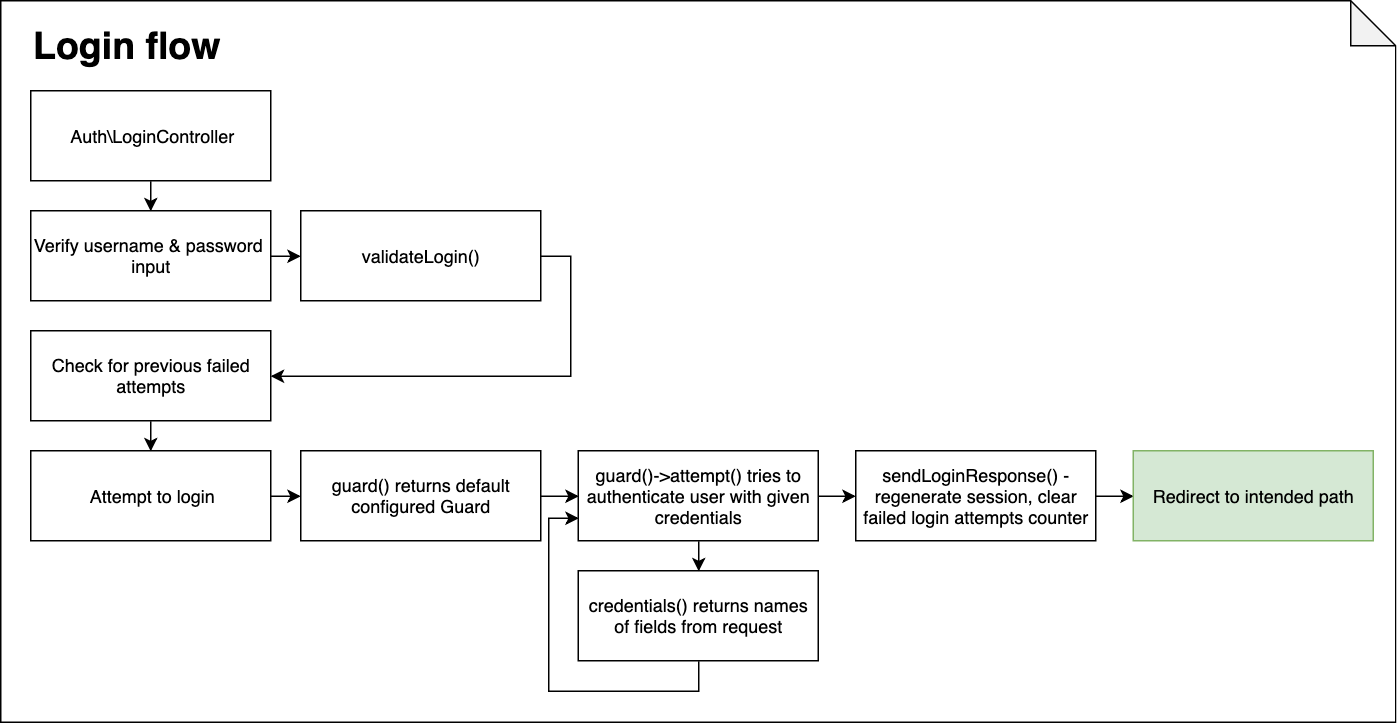
Above: login-flow.png in piotr-jura-udemy/laravel-cheat-sheet (draw.io), before the change. Source tidied: cells renumbered, new cells last; positions are measured from the earlier drawing's top-left corner, leaving out a move shared by most shapes.
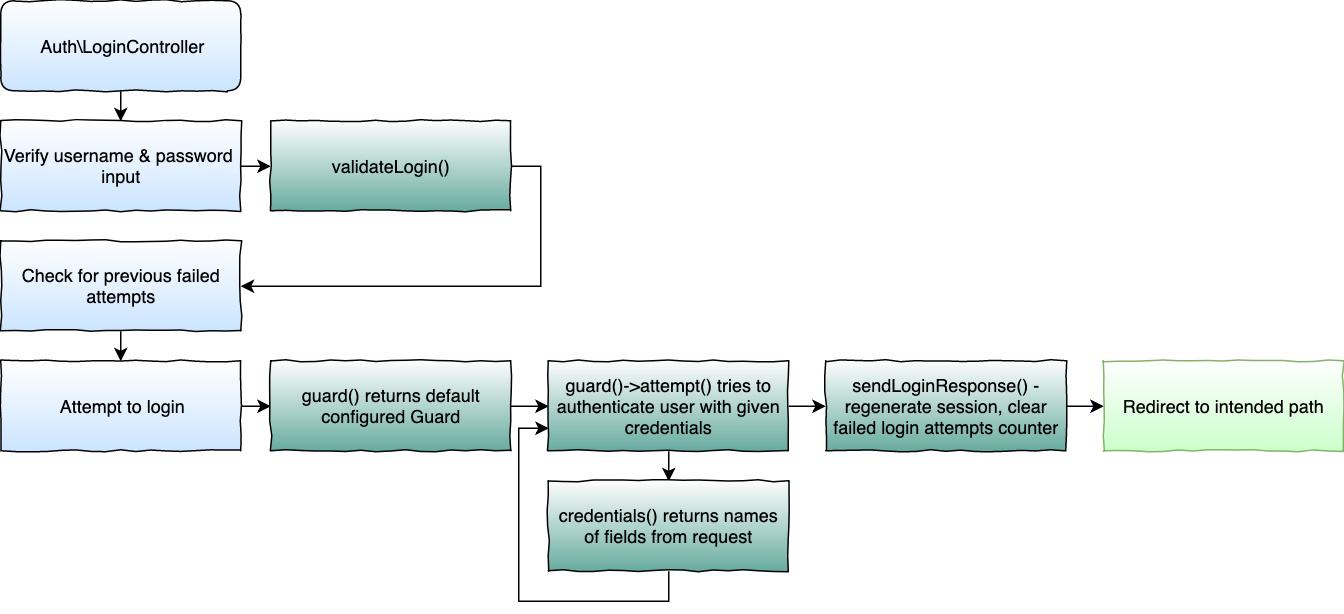
Later version of the same file.

Diff of the diagram source:
```diff
@@ -2,71 +2,65 @@
   <root>
     <mxCell id="0" />
     <mxCell id="1" parent="0" />
-    <mxCell id="2" style="shape=note;whiteSpace=wrap;html=1;backgroundOutline=1;darkOpacity=0.05;labelBackgroundColor=none;fillColor=none;gradientColor=#CCE5FF;fontSize=12;" parent="1" vertex="1">
-      <mxGeometry width="930" height="481" as="geometry" />
+    <mxCell id="2" style="edgeStyle=orthogonalEdgeStyle;rounded=0;jettySize=auto;html=1;exitX=0.5;exitY=1;exitDx=0;exitDy=0;entryX=0.5;entryY=0;entryDx=0;entryDy=0;strokeWidth=1;fontSize=12;" parent="1" edge="1" source="3" target="5">
+      <mxGeometry relative="1" as="geometry" />
     </mxCell>
-    <mxCell id="3" value="Login flow" style="text;html=1;strokeColor=none;fillColor=none;align=left;verticalAlign=middle;whiteSpace=wrap;rounded=0;labelBackgroundColor=none;fontSize=25;fontStyle=1;" parent="1" vertex="1">
-      <mxGeometry x="20" y="20" width="200" height="20" as="geometry" />
+    <mxCell id="3" value="Auth\LoginController" style="rounded=1;whiteSpace=wrap;html=1;labelBackgroundColor=none;fillColor=#ffffff;gradientColor=#CCE5FF;fontSize=12;align=center;shadow=0;glass=1;comic=1;" parent="1" vertex="1">
+      <mxGeometry x="20" y="60" width="160" height="60" as="geometry" />
     </mxCell>
-    <mxCell id="4" style="edgeStyle=orthogonalEdgeStyle;rounded=0;jettySize=auto;html=1;exitX=0.5;exitY=1;exitDx=0;exitDy=0;entryX=0.5;entryY=0;entryDx=0;entryDy=0;strokeWidth=1;fontSize=12;" parent="1" edge="1" source="5" target="7">
+    <mxCell id="4" style="edgeStyle=orthogonalEdgeStyle;rounded=0;jettySize=auto;html=1;exitX=1;exitY=0.5;exitDx=0;exitDy=0;entryX=0;entryY=0.5;entryDx=0;entryDy=0;strokeWidth=1;fontSize=12;" parent="1" edge="1" source="5" target="11">
       <mxGeometry relative="1" as="geometry" />
     </mxCell>
-    <mxCell id="5" value="Auth\LoginController" style="rounded=0;whiteSpace=wrap;html=1;labelBackgroundColor=none;fillColor=none;gradientColor=#CCE5FF;fontSize=12;align=center;" parent="1" vertex="1">
-      <mxGeometry x="20" y="60" width="160" height="60" as="geometry" />
+    <mxCell id="5" value="Verify username &amp;amp; password&amp;nbsp;&lt;br&gt;input&lt;br&gt;" style="rounded=0;whiteSpace=wrap;html=1;labelBackgroundColor=none;fillColor=#ffffff;gradientColor=#CCE5FF;fontSize=12;align=center;comic=1;" parent="1" vertex="1">
+      <mxGeometry x="20" y="140" width="160" height="60" as="geometry" />
     </mxCell>
-    <mxCell id="6" style="edgeStyle=orthogonalEdgeStyle;rounded=0;jettySize=auto;html=1;exitX=1;exitY=0.5;exitDx=0;exitDy=0;entryX=0;entryY=0.5;entryDx=0;entryDy=0;strokeWidth=1;fontSize=12;" parent="1" edge="1" source="7" target="13">
+    <mxCell id="6" style="edgeStyle=orthogonalEdgeStyle;rounded=0;jettySize=auto;html=1;exitX=0.5;exitY=1;exitDx=0;exitDy=0;entryX=0.5;entryY=0;entryDx=0;entryDy=0;strokeWidth=1;fontSize=12;" parent="1" edge="1" source="7" target="9">
       <mxGeometry relative="1" as="geometry" />
     </mxCell>
-    <mxCell id="7" value="Verify username &amp;amp; password&amp;nbsp;&lt;br&gt;input&lt;br&gt;" style="rounded=0;whiteSpace=wrap;html=1;labelBackgroundColor=none;fillColor=none;gradientColor=#CCE5FF;fontSize=12;align=center;" parent="1" vertex="1">
-      <mxGeometry x="20" y="140" width="160" height="60" as="geometry" />
+    <mxCell id="7" value="Check for previous failed attempts&lt;br&gt;" style="rounded=0;whiteSpace=wrap;html=1;labelBackgroundColor=none;fillColor=#ffffff;gradientColor=#CCE5FF;fontSize=12;align=center;comic=1;" parent="1" vertex="1">
+      <mxGeometry x="20" y="220" width="160" height="60" as="geometry" />
     </mxCell>
-    <mxCell id="8" style="edgeStyle=orthogonalEdgeStyle;rounded=0;jettySize=auto;html=1;exitX=0.5;exitY=1;exitDx=0;exitDy=0;entryX=0.5;entryY=0;entryDx=0;entryDy=0;strokeWidth=1;fontSize=12;" parent="1" edge="1" source="9" target="11">
+    <mxCell id="8" style="edgeStyle=orthogonalEdgeStyle;rounded=0;jettySize=auto;html=1;exitX=1;exitY=0.5;exitDx=0;exitDy=0;entryX=0;entryY=0.5;entryDx=0;entryDy=0;strokeWidth=1;fontSize=12;" parent="1" edge="1" source="9" target="13">
       <mxGeometry relative="1" as="geometry" />
     </mxCell>
-    <mxCell id="9" value="Check for previous failed attempts&lt;br&gt;" style="rounded=0;whiteSpace=wrap;html=1;labelBackgroundColor=none;fillColor=none;gradientColor=#CCE5FF;fontSize=12;align=center;" parent="1" vertex="1">
-      <mxGeometry x="20" y="220" width="160" height="60" as="geometry" />
+    <mxCell id="9" value="Attempt to login&lt;br&gt;" style="rounded=0;whiteSpace=wrap;html=1;labelBackgroundColor=none;fillColor=#ffffff;gradientColor=#CCE5FF;fontSize=12;align=center;comic=1;" parent="1" vertex="1">
+      <mxGeometry x="20" y="300" width="160" height="60" as="geometry" />
     </mxCell>
-    <mxCell id="10" style="edgeStyle=orthogonalEdgeStyle;rounded=0;jettySize=auto;html=1;exitX=1;exitY=0.5;exitDx=0;exitDy=0;entryX=0;entryY=0.5;entryDx=0;entryDy=0;strokeWidth=1;fontSize=12;" parent="1" edge="1" source="11" target="15">
+    <mxCell id="10" style="edgeStyle=orthogonalEdgeStyle;rounded=0;jettySize=auto;html=1;exitX=1;exitY=0.5;exitDx=0;exitDy=0;entryX=1;entryY=0.5;entryDx=0;entryDy=0;strokeWidth=1;fontSize=12;" parent="1" edge="1" source="11" target="7">
       <mxGeometry relative="1" as="geometry" />
     </mxCell>
-    <mxCell id="11" value="Attempt to login&lt;br&gt;" style="rounded=0;whiteSpace=wrap;html=1;labelBackgroundColor=none;fillColor=none;gradientColor=#CCE5FF;fontSize=12;align=center;" parent="1" vertex="1">
-      <mxGeometry x="20" y="300" width="160" height="60" as="geometry" />
+    <mxCell id="11" value="&lt;div&gt;&lt;span&gt;validateLogin()&lt;/span&gt;&lt;/div&gt;" style="rounded=0;whiteSpace=wrap;html=1;labelBackgroundColor=none;fillColor=#ffffff;gradientColor=#67AB9F;fontSize=12;align=center;comic=1;" parent="1" vertex="1">
+      <mxGeometry x="200" y="140" width="160" height="60" as="geometry" />
     </mxCell>
-    <mxCell id="12" style="edgeStyle=orthogonalEdgeStyle;rounded=0;jettySize=auto;html=1;exitX=1;exitY=0.5;exitDx=0;exitDy=0;entryX=1;entryY=0.5;entryDx=0;entryDy=0;strokeWidth=1;fontSize=12;" parent="1" edge="1" source="13" target="9">
+    <mxCell id="12" style="edgeStyle=orthogonalEdgeStyle;rounded=0;jettySize=auto;html=1;exitX=1;exitY=0.5;exitDx=0;exitDy=0;entryX=0;entryY=0.5;entryDx=0;entryDy=0;strokeWidth=1;fontSize=12;" parent="1" edge="1" source="13" target="16">
       <mxGeometry relative="1" as="geometry" />
     </mxCell>
-    <mxCell id="13" value="&lt;div&gt;&lt;span&gt;validateLogin()&lt;/span&gt;&lt;/div&gt;" style="rounded=0;whiteSpace=wrap;html=1;labelBackgroundColor=none;fillColor=none;gradientColor=#CCE5FF;fontSize=12;align=center;" parent="1" vertex="1">
-      <mxGeometry x="200" y="140" width="160" height="60" as="geometry" />
+    <mxCell id="13" value="guard() returns default configured Guard" style="rounded=0;whiteSpace=wrap;html=1;labelBackgroundColor=none;fillColor=#ffffff;gradientColor=#67AB9F;fontSize=12;align=center;comic=1;" parent="1" vertex="1">
+      <mxGeometry x="200" y="300" width="160" height="60" as="geometry" />
     </mxCell>
-    <mxCell id="14" style="edgeStyle=orthogonalEdgeStyle;rounded=0;jettySize=auto;html=1;exitX=1;exitY=0.5;exitDx=0;exitDy=0;entryX=0;entryY=0.5;entryDx=0;entryDy=0;strokeWidth=1;fontSize=12;" parent="1" edge="1" source="15" target="18">
+    <mxCell id="14" style="edgeStyle=orthogonalEdgeStyle;rounded=0;jettySize=auto;html=1;exitX=0.5;exitY=1;exitDx=0;exitDy=0;entryX=0.5;entryY=0;entryDx=0;entryDy=0;strokeWidth=1;fontSize=12;" parent="1" edge="1" source="16" target="18">
       <mxGeometry relative="1" as="geometry" />
     </mxCell>
-    <mxCell id="15" value="guard() returns default configured Guard" style="rounded=0;whiteSpace=wrap;html=1;labelBackgroundColor=none;fillColor=none;gradientColor=#CCE5FF;fontSize=12;align=center;" parent="1" vertex="1">
-      <mxGeometry x="200" y="300" width="160" height="60" as="geometry" />
+    <mxCell id="15" style="edgeStyle=orthogonalEdgeStyle;rounded=0;jettySize=auto;html=1;exitX=1;exitY=0.5;exitDx=0;exitDy=0;entryX=0;entryY=0.5;entryDx=0;entryDy=0;strokeWidth=1;fontSize=12;" parent="1" edge="1" source="16" target="20">
+      <mxGeometry relative="1" as="geometry" />
     </mxCell>
-    <mxCell id="16" style="edgeStyle=orthogonalEdgeStyle;rounded=0;jettySize=auto;html=1;exitX=0.5;exitY=1;exitDx=0;exitDy=0;entryX=0.5;entryY=0;entryDx=0;entryDy=0;strokeWidth=1;fontSize=12;" parent="1" edge="1" source="18" target="20">
-      <mxGeometry relative="1" as="geometry" />
+    <mxCell id="16" value="guard()-&amp;gt;attempt() tries to authenticate user with given credentials" style="rounded=0;whiteSpace=wrap;html=1;labelBackgroundColor=none;fillColor=#ffffff;gradientColor=#67AB9F;fontSize=12;align=center;comic=1;" parent="1" vertex="1">
+      <mxGeometry x="385" y="300" width="160" height="60" as="geometry" />
     </mxCell>
-    <mxCell id="17" style="edgeStyle=orthogonalEdgeStyle;rounded=0;jettySize=auto;html=1;exitX=1;exitY=0.5;exitDx=0;exitDy=0;entryX=0;entryY=0.5;entryDx=0;entryDy=0;strokeWidth=1;fontSize=12;" parent="1" edge="1" source="18" target="22">
+    <mxCell id="17" style="edgeStyle=orthogonalEdgeStyle;rounded=0;jettySize=auto;html=1;exitX=0.5;exitY=1;exitDx=0;exitDy=0;entryX=0;entryY=0.75;entryDx=0;entryDy=0;strokeWidth=1;fontSize=12;" parent="1" edge="1" source="18" target="16">
       <mxGeometry relative="1" as="geometry" />
     </mxCell>
-    <mxCell id="18" value="guard()-&amp;gt;attempt() tries to authenticate user with given credentials" style="rounded=0;whiteSpace=wrap;html=1;labelBackgroundColor=none;fillColor=none;gradientColor=#CCE5FF;fontSize=12;align=center;" parent="1" vertex="1">
-      <mxGeometry x="385" y="300" width="160" height="60" as="geometry" />
+    <mxCell id="18" value="credentials() returns names of fields from request" style="rounded=0;whiteSpace=wrap;html=1;labelBackgroundColor=none;fillColor=#ffffff;gradientColor=#67AB9F;fontSize=12;align=center;comic=1;" parent="1" vertex="1">
+      <mxGeometry x="385" y="380" width="160" height="60" as="geometry" />
     </mxCell>
-    <mxCell id="19" style="edgeStyle=orthogonalEdgeStyle;rounded=0;jettySize=auto;html=1;exitX=0.5;exitY=1;exitDx=0;exitDy=0;entryX=0;entryY=0.75;entryDx=0;entryDy=0;strokeWidth=1;fontSize=12;" parent="1" edge="1" source="20" target="18">
+    <mxCell id="19" style="edgeStyle=orthogonalEdgeStyle;rounded=0;jettySize=auto;html=1;exitX=1;exitY=0.5;exitDx=0;exitDy=0;entryX=0;entryY=0.5;entryDx=0;entryDy=0;strokeWidth=1;fontSize=12;" parent="1" edge="1" source="20" target="21">
       <mxGeometry relative="1" as="geometry" />
     </mxCell>
-    <mxCell id="20" value="credentials() returns names of fields from request" style="rounded=0;whiteSpace=wrap;html=1;labelBackgroundColor=none;fillColor=none;gradientColor=#CCE5FF;fontSize=12;align=center;" parent="1" vertex="1">
-      <mxGeometry x="385" y="380" width="160" height="60" as="geometry" />
+    <mxCell id="20" value="sendLoginResponse() - regenerate session, clear failed login attempts counter" style="rounded=0;whiteSpace=wrap;html=1;labelBackgroundColor=none;fillColor=#ffffff;gradientColor=#67AB9F;fontSize=12;align=center;comic=1;" parent="1" vertex="1">
+      <mxGeometry x="570" y="300" width="160" height="60" as="geometry" />
     </mxCell>
-    <mxCell id="21" style="edgeStyle=orthogonalEdgeStyle;rounded=0;jettySize=auto;html=1;exitX=1;exitY=0.5;exitDx=0;exitDy=0;entryX=0;entryY=0.5;entryDx=0;entryDy=0;strokeWidth=1;fontSize=12;" parent="1" edge="1" source="22" target="23">
-      <mxGeometry relative="1" as="geometry" />
+    <mxCell id="21" value="Redirect to intended path" style="rounded=0;whiteSpace=wrap;html=1;labelBackgroundColor=none;fillColor=#CCFFCC;fontSize=12;align=center;strokeColor=#82b366;comic=1;gradientColor=#ffffff;gradientDirection=north;" parent="1" vertex="1">
+      <mxGeometry x="755" y="300" width="160" height="60" as="geometry" />
     </mxCell>
-    <mxCell id="22" value="sendLoginResponse() - regenerate session, clear failed login attempts counter" style="rounded=0;whiteSpace=wrap;html=1;labelBackgroundColor=none;fillColor=none;gradientColor=#CCE5FF;fontSize=12;align=center;" parent="1" vertex="1">
-      <mxGeometry x="570" y="300" width="160" height="60" as="geometry" />
-    </mxCell>
-    <mxCell id="23" value="Redirect to intended path" style="rounded=0;whiteSpace=wrap;html=1;labelBackgroundColor=none;fillColor=#d5e8d4;fontSize=12;align=center;strokeColor=#82b366;" parent="1" vertex="1">
-      <mxGeometry x="755" y="300" width="160" height="60" as="geometry" />
-    </mxCell>
   </root>
 </mxGraphModel>
```
